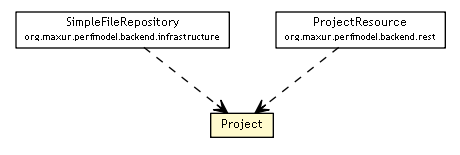
This is components/apidocs/org/maxur/perfmodel/backend/domain/Project.png from myunusov/pm, a Graphviz export, as it was before one commit. Its source is kept beside it as components/apidocs/org/maxur/perfmodel/backend/domain/Project.dot. Its diagram source:
```dot

digraph G {
	edge [fontname="Trebuchet MS",fontsize=10,labelfontname="Trebuchet MS",labelfontsize=10];
	node [fontname="Trebuchet MS",fontsize=10,shape=plaintext];
	nodesep=0.25;
	ranksep=0.5;
	c255 [label=<<table title="org.maxur.perfmodel.backend.domain.Project" border="0" cellborder="1" cellspacing="0" cellpadding="2" port="p" bgcolor="lemonChiffon" href="./Project.html">
		<tr><td><table border="0" cellspacing="0" cellpadding="1">
<tr><td align="center" balign="center"><font face="Trebuchet MS"> Project </font></td></tr>
		</table></td></tr>
		</table>>, URL="./Project.html", fontname="Trebuchet MS", fontcolor="black", fontsize=9.0];
	c258 [label=<<table title="org.maxur.perfmodel.backend.infrastructure.SimpleFileRepository" border="0" cellborder="1" cellspacing="0" cellpadding="2" port="p" href="../infrastructure/SimpleFileRepository.html">
		<tr><td><table border="0" cellspacing="0" cellpadding="1">
<tr><td align="center" balign="center"><font face="Trebuchet MS"> SimpleFileRepository </font></td></tr>
<tr><td align="center" balign="center"><font face="Trebuchet MS" point-size="7.0"> org.maxur.perfmodel.backend.infrastructure </font></td></tr>
		</table></td></tr>
		</table>>, URL="../infrastructure/SimpleFileRepository.html", fontname="Trebuchet MS", fontcolor="black", fontsize=9.0];
	c263 [label=<<table title="org.maxur.perfmodel.backend.rest.ProjectResource" border="0" cellborder="1" cellspacing="0" cellpadding="2" port="p" href="../rest/ProjectResource.html">
		<tr><td><table border="0" cellspacing="0" cellpadding="1">
<tr><td align="center" balign="center"><font face="Trebuchet MS"> ProjectResource </font></td></tr>
<tr><td align="center" balign="center"><font face="Trebuchet MS" point-size="7.0"> org.maxur.perfmodel.backend.rest </font></td></tr>
		</table></td></tr>
		</table>>, URL="../rest/ProjectResource.html", fontname="Trebuchet MS", fontcolor="black", fontsize=9.0];
	c258:p -> c255:p [taillabel="", label="", headlabel="", fontname="Trebuchet MS", fontcolor="black", fontsize=10.0, color="black", arrowhead=open, style=dashed];
	c263:p -> c255:p [taillabel="", label="", headlabel="", fontname="Trebuchet MS", fontcolor="black", fontsize=10.0, color="black", arrowhead=open, style=dashed];
}
```
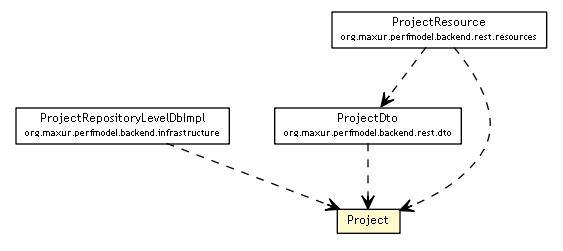
The same file after the commit.

What changed in the source:
```diff
@@ -4,23 +4,31 @@
 	node [fontname="Trebuchet MS",fontsize=10,shape=plaintext];
 	nodesep=0.25;
 	ranksep=0.5;
-	c255 [label=<<table title="org.maxur.perfmodel.backend.domain.Project" border="0" cellborder="1" cellspacing="0" cellpadding="2" port="p" bgcolor="lemonChiffon" href="./Project.html">
+	c991 [label=<<table title="org.maxur.perfmodel.backend.domain.Project" border="0" cellborder="1" cellspacing="0" cellpadding="2" port="p" bgcolor="lemonChiffon" href="./Project.html">
 		<tr><td><table border="0" cellspacing="0" cellpadding="1">
 <tr><td align="center" balign="center"><font face="Trebuchet MS"> Project </font></td></tr>
 		</table></td></tr>
 		</table>>, URL="./Project.html", fontname="Trebuchet MS", fontcolor="black", fontsize=9.0];
-	c258 [label=<<table title="org.maxur.perfmodel.backend.infrastructure.SimpleFileRepository" border="0" cellborder="1" cellspacing="0" cellpadding="2" port="p" href="../infrastructure/SimpleFileRepository.html">
+	c994 [label=<<table title="org.maxur.perfmodel.backend.infrastructure.ProjectRepositoryLevelDbImpl" border="0" cellborder="1" cellspacing="0" cellpadding="2" port="p" href="../infrastructure/ProjectRepositoryLevelDbImpl.html">
 		<tr><td><table border="0" cellspacing="0" cellpadding="1">
-<tr><td align="center" balign="center"><font face="Trebuchet MS"> SimpleFileRepository </font></td></tr>
+<tr><td align="center" balign="center"><font face="Trebuchet MS"> ProjectRepositoryLevelDbImpl </font></td></tr>
 <tr><td align="center" balign="center"><font face="Trebuchet MS" point-size="7.0"> org.maxur.perfmodel.backend.infrastructure </font></td></tr>
 		</table></td></tr>
-		</table>>, URL="../infrastructure/SimpleFileRepository.html", fontname="Trebuchet MS", fontcolor="black", fontsize=9.0];
-	c263 [label=<<table title="org.maxur.perfmodel.backend.rest.ProjectResource" border="0" cellborder="1" cellspacing="0" cellpadding="2" port="p" href="../rest/ProjectResource.html">
+		</table>>, URL="../infrastructure/ProjectRepositoryLevelDbImpl.html", fontname="Trebuchet MS", fontcolor="black", fontsize=9.0];
+	c996 [label=<<table title="org.maxur.perfmodel.backend.rest.dto.ProjectDto" border="0" cellborder="1" cellspacing="0" cellpadding="2" port="p" href="../rest/dto/ProjectDto.html">
+		<tr><td><table border="0" cellspacing="0" cellpadding="1">
+<tr><td align="center" balign="center"><font face="Trebuchet MS"> ProjectDto </font></td></tr>
+<tr><td align="center" balign="center"><font face="Trebuchet MS" point-size="7.0"> org.maxur.perfmodel.backend.rest.dto </font></td></tr>
+		</table></td></tr>
+		</table>>, URL="../rest/dto/ProjectDto.html", fontname="Trebuchet MS", fontcolor="black", fontsize=9.0];
+	c1001 [label=<<table title="org.maxur.perfmodel.backend.rest.resources.ProjectResource" border="0" cellborder="1" cellspacing="0" cellpadding="2" port="p" href="../rest/resources/ProjectResource.html">
 		<tr><td><table border="0" cellspacing="0" cellpadding="1">
 <tr><td align="center" balign="center"><font face="Trebuchet MS"> ProjectResource </font></td></tr>
-<tr><td align="center" balign="center"><font face="Trebuchet MS" point-size="7.0"> org.maxur.perfmodel.backend.rest </font></td></tr>
+<tr><td align="center" balign="center"><font face="Trebuchet MS" point-size="7.0"> org.maxur.perfmodel.backend.rest.resources </font></td></tr>
 		</table></td></tr>
-		</table>>, URL="../rest/ProjectResource.html", fontname="Trebuchet MS", fontcolor="black", fontsize=9.0];
-	c258:p -> c255:p [taillabel="", label="", headlabel="", fontname="Trebuchet MS", fontcolor="black", fontsize=10.0, color="black", arrowhead=open, style=dashed];
-	c263:p -> c255:p [taillabel="", label="", headlabel="", fontname="Trebuchet MS", fontcolor="black", fontsize=10.0, color="black", arrowhead=open, style=dashed];
+		</table>>, URL="../rest/resources/ProjectResource.html", fontname="Trebuchet MS", fontcolor="black", fontsize=9.0];
+	c994:p -> c991:p [taillabel="", label="", headlabel="", fontname="Trebuchet MS", fontcolor="black", fontsize=10.0, color="black", arrowhead=open, style=dashed];
+	c996:p -> c991:p [taillabel="", label="", headlabel="", fontname="Trebuchet MS", fontcolor="black", fontsize=10.0, color="black", arrowhead=open, style=dashed];
+	c1001:p -> c996:p [taillabel="", label="", headlabel="", fontname="Trebuchet MS", fontcolor="black", fontsize=10.0, color="black", arrowhead=open, style=dashed];
+	c1001:p -> c991:p [taillabel="", label="", headlabel="", fontname="Trebuchet MS", fontcolor="black", fontsize=10.0, color="black", arrowhead=open, style=dashed];
 }
```
